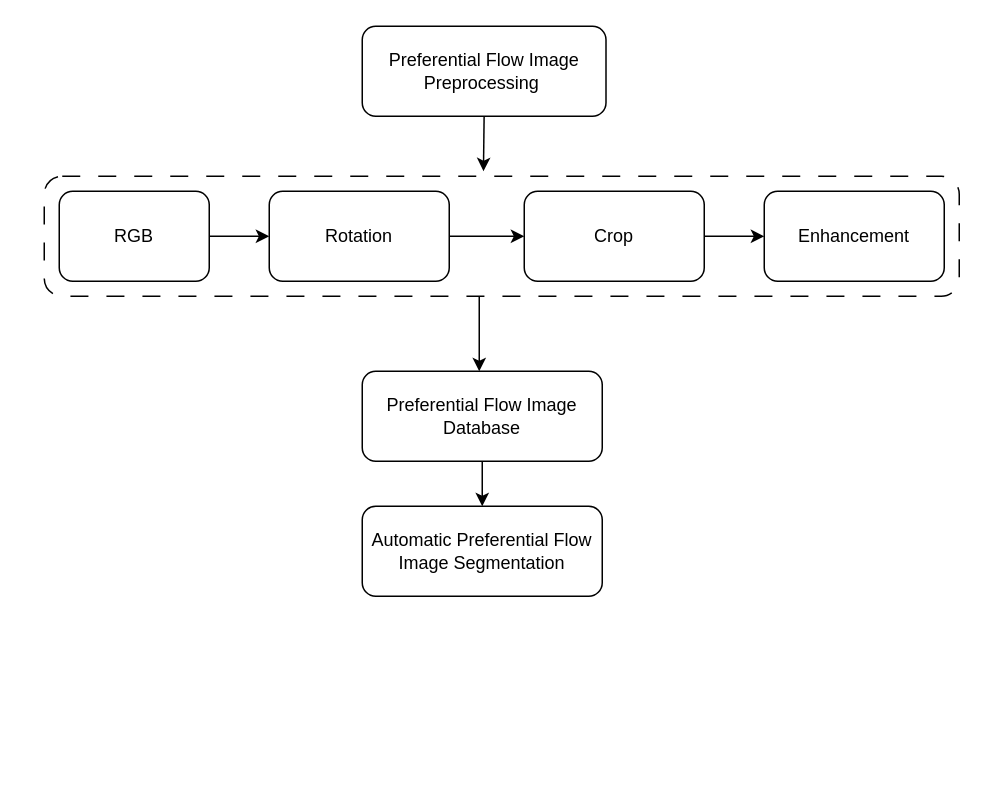
This is 未命名绘图.drawio from lhy-nw1217/Draw, a draw.io file, before an edit. Source tidied: cells renumbered, new cells numbered last; positions are measured from the earlier drawing's top-left corner, leaving out a move shared by most shapes. Both pictures are drawn from the tidied source at 150%, with x=0, y=0 at pixel (44, 26).
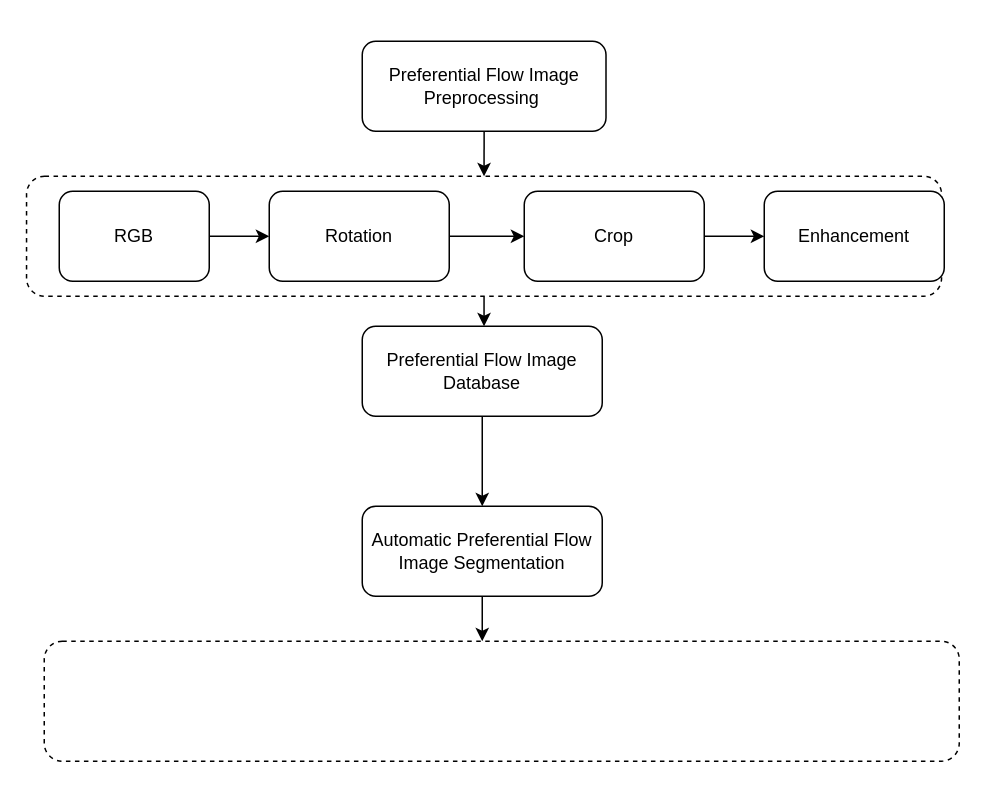
After the change.

Commit message (it also covers changes not shown here):
更新未命名绘图.drawio

What changed in the source:
```diff
@@
     <mxCell id="2" value="Preferential Flow Image Preprocessing&amp;nbsp;" style="rounded=1;whiteSpace=wrap;html=1;fontSize=12;glass=0;strokeWidth=1;shadow=0;" parent="1" vertex="1">
-      <mxGeometry x="212" width="162.5" height="60" as="geometry" />
+      <mxGeometry x="212" y="10" width="162.5" height="60" as="geometry" />
     </mxCell>
@@
-    <mxCell id="4" style="rounded=1;whiteSpace=wrap;html=1;dashed=1;dashPattern=12 12;" parent="1" vertex="1">
-      <mxGeometry y="100" width="610" height="80" as="geometry" />
+    <mxCell id="4" style="rounded=1;whiteSpace=wrap;html=1;dashed=1;" parent="1" vertex="1">
+      <mxGeometry x="-11.8" y="100" width="610" height="80" as="geometry" />
     </mxCell>
@@
     <mxCell id="13" value="Preferential Flow Image Database" style="rounded=1;whiteSpace=wrap;html=1;" parent="1" vertex="1">
-      <mxGeometry x="212" y="230" width="160" height="60" as="geometry" />
+      <mxGeometry x="212" y="200" width="160" height="60" as="geometry" />
     </mxCell>
+    <mxCell id="16" style="edgeStyle=orthogonalEdgeStyle;rounded=0;jettySize=auto;html=1;" parent="1" edge="1" source="15">
+      <mxGeometry relative="1" as="geometry">
+        <mxPoint x="292" y="410" as="targetPoint" />
+      </mxGeometry>
+    </mxCell>
+    <mxCell id="15" value="Automatic Preferential Flow Image Segmentation" style="rounded=1;whiteSpace=wrap;html=1;" parent="1" vertex="1">
+      <mxGeometry x="212" y="320" width="160" height="60" as="geometry" />
+    </mxCell>
+    <mxCell id="17" style="rounded=1;whiteSpace=wrap;html=1;dashed=1;" parent="1" vertex="1">
+      <mxGeometry y="410" width="610" height="80" as="geometry" />
+    </mxCell>
-    <mxCell id="14" style="endArrow=classic;html=1;rounded=0;exitX=0.5;exitY=1;exitDx=0;exitDy=0;entryX=0.48;entryY=-0.042;entryDx=0;entryDy=0;entryPerimeter=0;" parent="1" edge="1" source="2" target="4">
+    <mxCell id="14" style="endArrow=classic;html=1;rounded=0;exitX=0.5;exitY=1;exitDx=0;exitDy=0;entryX=0.5;entryY=0;entryDx=0;entryDy=0;" parent="1" edge="1" source="2" target="4">
       <mxGeometry relative="1" as="geometry" />
     </mxCell>
-    <mxCell id="15" value="Automatic Preferential Flow Image Segmentation" style="rounded=1;whiteSpace=wrap;html=1;" parent="1" vertex="1">
-      <mxGeometry x="212" y="320" width="160" height="60" as="geometry" />
-    </mxCell>
```
